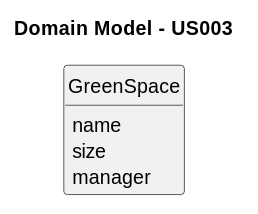
Before: docs/sprintC/us027/02.analysis/svg/us027-domain-model.svg, a diagram exported from PlantUML (RicardoMorim/lapr2-ISEP-Project). The source it was exported from:
```plantuml
@startuml

title Domain Model

hide methods
hide circle

title Domain Model - US003


class GreenSpace {
name
size
manager
}
@enduml
```
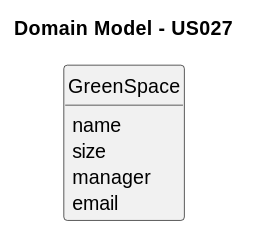
The same file after the commit.

The edit, as a diff of the source:
```diff
@@ -5,12 +5,13 @@
 hide methods
 hide circle
 
-title Domain Model - US003
+title Domain Model - US027
 
 
 class GreenSpace {
 name
 size
 manager
+email
 }
 @enduml
```
